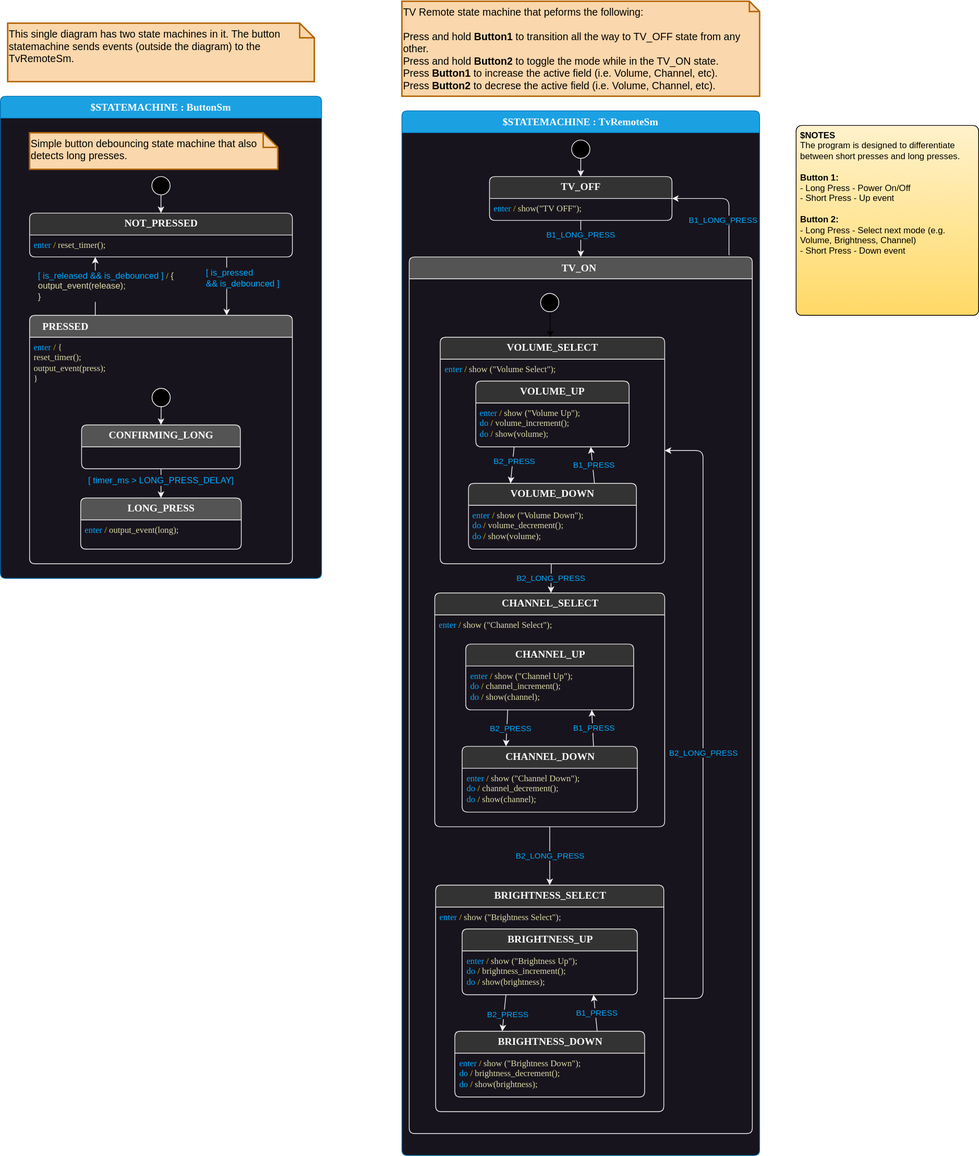
dmbuck32/TvRemote keeps this draw.io diagram as TvRemote.drawio.svg. Above is the earlier version. Source tidied: cells renumbered, new cells last; positions are measured from the earlier drawing's top-left corner, leaving out a move shared by most shapes.
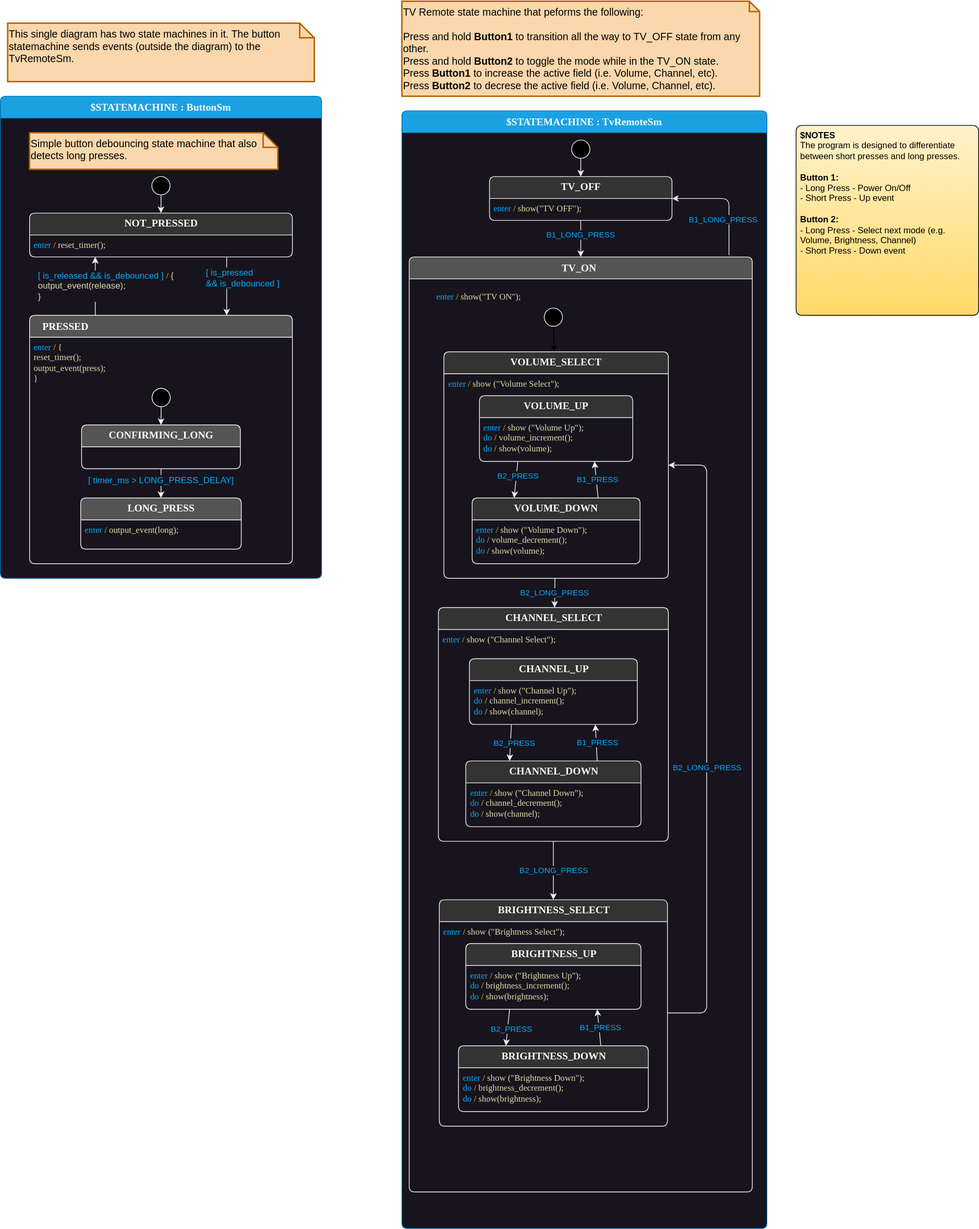
The same diagram one commit later.

Change to the diagram source:
```diff
@@ -3,7 +3,7 @@
     <mxCell id="0" />
     <mxCell id="1" parent="0" />
     <mxCell id="2" value="$STATEMACHINE : TvRemoteSm" style="shape=swimlane;align=center;verticalAlign=top;fontFamily=Lucida Console;startSize=30;fontSize=14;fontStyle=1;fontColor=#ffffff;fillColor=#1ba1e2;swimlaneFillColor=#18141D;rounded=1;arcSize=15;absoluteArcSize=1;strokeColor=#006EAF;" parent="1" vertex="1">
-      <mxGeometry x="550" y="150" width="490" height="1430" as="geometry" />
+      <mxGeometry x="550" y="150" width="500" height="1530" as="geometry" />
     </mxCell>
     <mxCell id="3" value=" " style="fontFamily=Lucida Console;align=left;verticalAlign=top;fillColor=none;gradientColor=none;strokeColor=none;rounded=0;spacingLeft=4;" parent="2" vertex="1">
       <mxGeometry y="30" width="30" height="20" as="geometry" />
@@ -28,13 +28,13 @@
       </mxGeometry>
     </mxCell>
     <mxCell id="9" value="TV_ON" style="shape=swimlane;align=center;verticalAlign=top;fontFamily=Lucida Console;startSize=30;fontSize=14;fontStyle=1;fontColor=#FAFAFA;fillColor=#545454;swimlaneFillColor=#18141D;rounded=1;arcSize=15;absoluteArcSize=1;spacingRight=4;strokeColor=#F0F0F0;" parent="2" vertex="1">
-      <mxGeometry x="10" y="200" width="470" height="1200" as="geometry" />
+      <mxGeometry x="10" y="200" width="470" height="1280" as="geometry" />
     </mxCell>
     <mxCell id="10" value=" " style="fontFamily=Lucida Console;align=left;verticalAlign=top;fillColor=none;gradientColor=none;strokeColor=none;rounded=0;spacingLeft=4;" parent="9" vertex="1">
       <mxGeometry y="30" width="30" height="20" as="geometry" />
     </mxCell>
     <mxCell id="11" value="VOLUME_SELECT" style="shape=swimlane;align=center;verticalAlign=top;fontFamily=Lucida Console;startSize=30;fontSize=14;fontStyle=1;swimlaneFillColor=#18141d;html=1;rounded=1;arcSize=15;absoluteArcSize=1;fillColor=#333333;fontColor=#FAFAFA;strokeColor=#F0F0F0;points=[[0,0,0,0,0],[0,0.25,0,0,0],[0,0.5,0,0,0],[0,0.75,0,0,0],[0,1,0,0,0],[0.06,1,0,0,0],[0.13,1,0,0,0],[0.19,1,0,0,0],[0.25,0,0,0,0],[0.25,1,0,0,0],[0.31,1,0,0,0],[0.38,1,0,0,0],[0.44,1,0,0,0],[0.5,0,0,0,0],[0.5,1,0,0,0],[0.56,1,0,0,0],[0.63,1,0,0,0],[0.69,1,0,0,0],[0.75,0,0,0,0],[0.75,1,0,0,0],[0.81,1,0,0,0],[0.88,1,0,0,0],[0.94,1,0,0,0],[1,0,0,0,0],[1,0.25,0,0,0],[1,0.5,0,0,0],[1,0.75,0,0,0],[1,1,0,0,0]];" parent="9" vertex="1">
-      <mxGeometry x="42.5" y="110" width="307.5" height="310" as="geometry" />
+      <mxGeometry x="47.5" y="130" width="307.5" height="310" as="geometry" />
     </mxCell>
     <mxCell id="12" value="&lt;font color=&quot;#00aaff&quot;&gt;enter&amp;nbsp;&lt;/font&gt;&lt;font color=&quot;#ffd700&quot;&gt;/&lt;/font&gt;&lt;font color=&quot;#dcdcaa&quot;&gt;&amp;nbsp;&lt;/font&gt;&lt;span style=&quot;color: rgb(220, 220, 170);&quot;&gt;show&lt;/span&gt;&lt;font color=&quot;#dcdcaa&quot;&gt;(&quot;Volume Select&quot;);&lt;/font&gt;&lt;font color=&quot;#dcdcaa&quot;&gt;&lt;br&gt;&lt;/font&gt;" style="fontFamily=Lucida Console;align=left;verticalAlign=top;fillColor=none;gradientColor=none;strokeColor=none;rounded=0;spacingLeft=4;html=1;" parent="11" vertex="1">
       <mxGeometry y="30" width="240" height="30" as="geometry" />
@@ -58,7 +58,7 @@
       <mxGeometry y="-2" relative="1" as="geometry" />
     </mxCell>
     <mxCell id="19" value="CHANNEL_SELECT" style="shape=swimlane;align=center;verticalAlign=top;fontFamily=Lucida Console;startSize=30;fontSize=14;fontStyle=1;swimlaneFillColor=#18141d;html=1;rounded=1;arcSize=15;absoluteArcSize=1;fillColor=#333333;fontColor=#FAFAFA;strokeColor=#F0F0F0;points=[[0,0,0,0,0],[0,0.25,0,0,0],[0,0.5,0,0,0],[0,0.75,0,0,0],[0,1,0,0,0],[0.06,1,0,0,0],[0.13,1,0,0,0],[0.19,1,0,0,0],[0.25,0,0,0,0],[0.25,1,0,0,0],[0.31,1,0,0,0],[0.38,1,0,0,0],[0.44,1,0,0,0],[0.5,0,0,0,0],[0.5,1,0,0,0],[0.56,1,0,0,0],[0.63,1,0,0,0],[0.69,1,0,0,0],[0.75,0,0,0,0],[0.75,1,0,0,0],[0.81,1,0,0,0],[0.88,1,0,0,0],[0.94,1,0,0,0],[1,0,0,0,0],[1,0.25,0,0,0],[1,0.5,0,0,0],[1,0.75,0,0,0],[1,1,0,0,0]];" parent="9" vertex="1">
-      <mxGeometry x="35" y="460" width="315" height="320" as="geometry" />
+      <mxGeometry x="40" y="480" width="315" height="320" as="geometry" />
     </mxCell>
     <mxCell id="20" value="&lt;font color=&quot;#00aaff&quot;&gt;enter&amp;nbsp;&lt;/font&gt;&lt;font color=&quot;#ffd700&quot;&gt;/&lt;/font&gt;&lt;font color=&quot;#dcdcaa&quot;&gt;&amp;nbsp;&lt;/font&gt;&lt;span style=&quot;color: rgb(220, 220, 170);&quot;&gt;show&lt;/span&gt;&lt;font color=&quot;#dcdcaa&quot;&gt;(&quot;Channel Select&quot;);&lt;/font&gt;&lt;font color=&quot;#dcdcaa&quot;&gt;&lt;br&gt;&lt;/font&gt;" style="fontFamily=Lucida Console;align=left;verticalAlign=top;fillColor=none;gradientColor=none;strokeColor=none;rounded=0;spacingLeft=4;html=1;" parent="19" vertex="1">
       <mxGeometry y="30" width="250" height="30" as="geometry" />
@@ -89,13 +89,13 @@
     <mxCell id="28" value="B2_LONG_PRESS" style="edgeStyle=none;html=1;exitX=1;exitY=0.5;exitDx=0;exitDy=0;exitPerimeter=0;entryX=1;entryY=0.5;entryDx=0;entryDy=0;entryPerimeter=0;fontColor=#00AAFF;strokeColor=#F0F0F0;labelBackgroundColor=#18141D;" parent="9" edge="1" source="29" target="11">
       <mxGeometry x="-0.09" relative="1" as="geometry">
         <Array as="points">
-          <mxPoint x="402.5" y="1015" />
-          <mxPoint x="402.5" y="265" />
+          <mxPoint x="407.5" y="1035" />
+          <mxPoint x="407.5" y="285" />
         </Array>
       </mxGeometry>
     </mxCell>
     <mxCell id="29" value="BRIGHTNESS_SELECT" style="shape=swimlane;align=center;verticalAlign=top;fontFamily=Lucida Console;startSize=30;fontSize=14;fontStyle=1;swimlaneFillColor=#18141d;html=1;rounded=1;arcSize=15;absoluteArcSize=1;fillColor=#333333;fontColor=#FAFAFA;strokeColor=#F0F0F0;points=[[0,0,0,0,0],[0,0.25,0,0,0],[0,0.5,0,0,0],[0,0.75,0,0,0],[0,1,0,0,0],[0.06,1,0,0,0],[0.13,1,0,0,0],[0.19,1,0,0,0],[0.25,0,0,0,0],[0.25,1,0,0,0],[0.31,1,0,0,0],[0.38,1,0,0,0],[0.44,1,0,0,0],[0.5,0,0,0,0],[0.5,1,0,0,0],[0.56,1,0,0,0],[0.63,1,0,0,0],[0.69,1,0,0,0],[0.75,0,0,0,0],[0.75,1,0,0,0],[0.81,1,0,0,0],[0.88,1,0,0,0],[0.94,1,0,0,0],[1,0,0,0,0],[1,0.25,0,0,0],[1,0.5,0,0,0],[1,0.75,0,0,0],[1,1,0,0,0]];" parent="9" vertex="1">
-      <mxGeometry x="36.2" y="860" width="312.5" height="310" as="geometry" />
+      <mxGeometry x="41.2" y="880" width="312.5" height="310" as="geometry" />
     </mxCell>
     <mxCell id="30" value="&lt;font color=&quot;#00aaff&quot;&gt;enter&amp;nbsp;&lt;/font&gt;&lt;font color=&quot;#ffd700&quot;&gt;/&lt;/font&gt;&lt;font color=&quot;#dcdcaa&quot;&gt;&amp;nbsp;&lt;/font&gt;&lt;span style=&quot;color: rgb(220, 220, 170);&quot;&gt;show&lt;/span&gt;&lt;font color=&quot;#dcdcaa&quot;&gt;(&quot;Brightness Select&quot;);&lt;/font&gt;&lt;font color=&quot;#dcdcaa&quot;&gt;&lt;br&gt;&lt;/font&gt;" style="fontFamily=Lucida Console;align=left;verticalAlign=top;fillColor=none;gradientColor=none;strokeColor=none;rounded=0;spacingLeft=4;html=1;" parent="29" vertex="1">
       <mxGeometry y="30" width="270" height="30" as="geometry" />
@@ -125,8 +125,11 @@
       <mxGeometry relative="1" as="geometry" />
     </mxCell>
     <mxCell id="39" value="$initial_state" style="shape=ellipse;fillColor=#000000;noLabel=1;strokeColor=#F0F0F0;" parent="9" vertex="1">
-      <mxGeometry x="180" y="50" width="25" height="25" as="geometry" />
+      <mxGeometry x="185" y="70" width="25" height="25" as="geometry" />
     </mxCell>
+    <mxCell id="62" value="&lt;font face=&quot;Lucida Console&quot;&gt;&lt;font color=&quot;#00aaff&quot;&gt;enter &lt;/font&gt;&lt;font color=&quot;#ffd700&quot;&gt;/&lt;/font&gt; &lt;font color=&quot;#dcdcaa&quot;&gt;show(&quot;TV ON&quot;);&lt;/font&gt;&lt;/font&gt;" style="text;html=1;align=center;verticalAlign=middle;strokeColor=none;fillColor=none;" parent="9" vertex="1">
+      <mxGeometry x="5" y="40" width="180" height="30" as="geometry" />
+    </mxCell>
     <mxCell id="40" value="B1_LONG_PRESS" style="edgeStyle=none;html=1;fontColor=#00AAFF;strokeColor=#F0F0F0;labelBackgroundColor=#18141D;" parent="2" edge="1" source="5" target="9">
       <mxGeometry x="-0.2" relative="1" as="geometry" />
     </mxCell>
```
